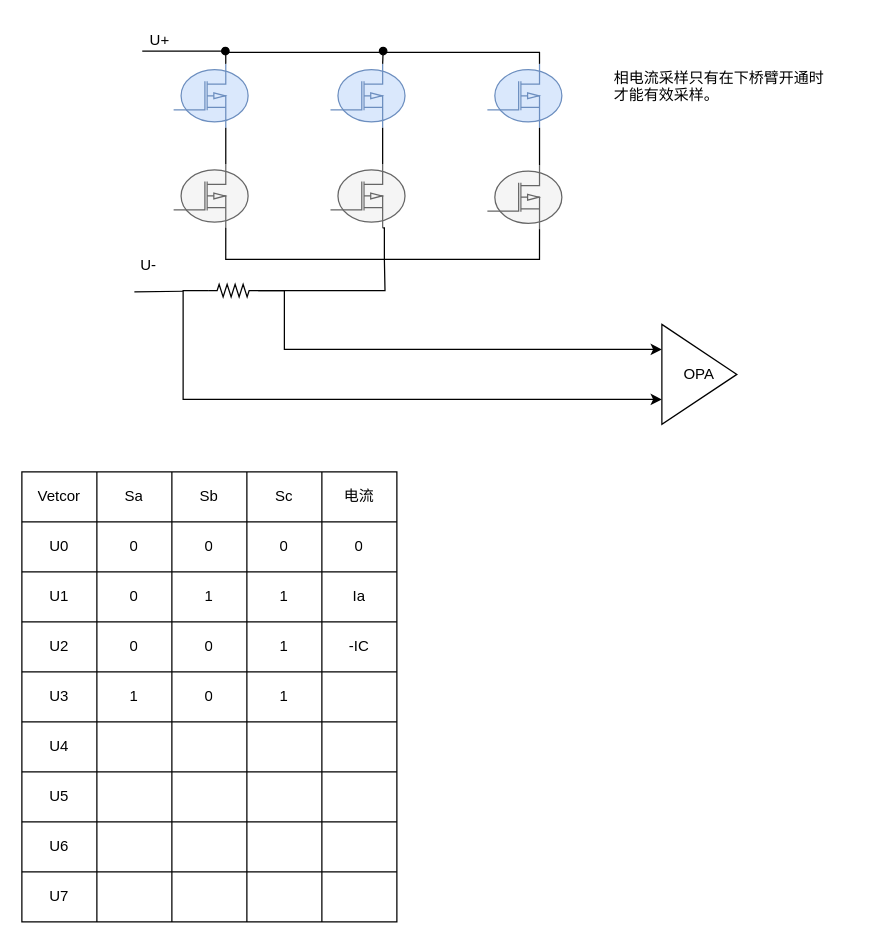
The draw.io diagram page "单电阻采样" (4 of 4) of 电机采样电路分析.drawio in Vinson-001/Blog-flow-chart, before the edit. Source tidied: cells renumbered, new cells numbered last; positions are measured from the earlier drawing's top-left corner, leaving out a move shared by most shapes. Both pictures are drawn from the tidied source at 125%, with x=0, y=0 at pixel (21, 21).
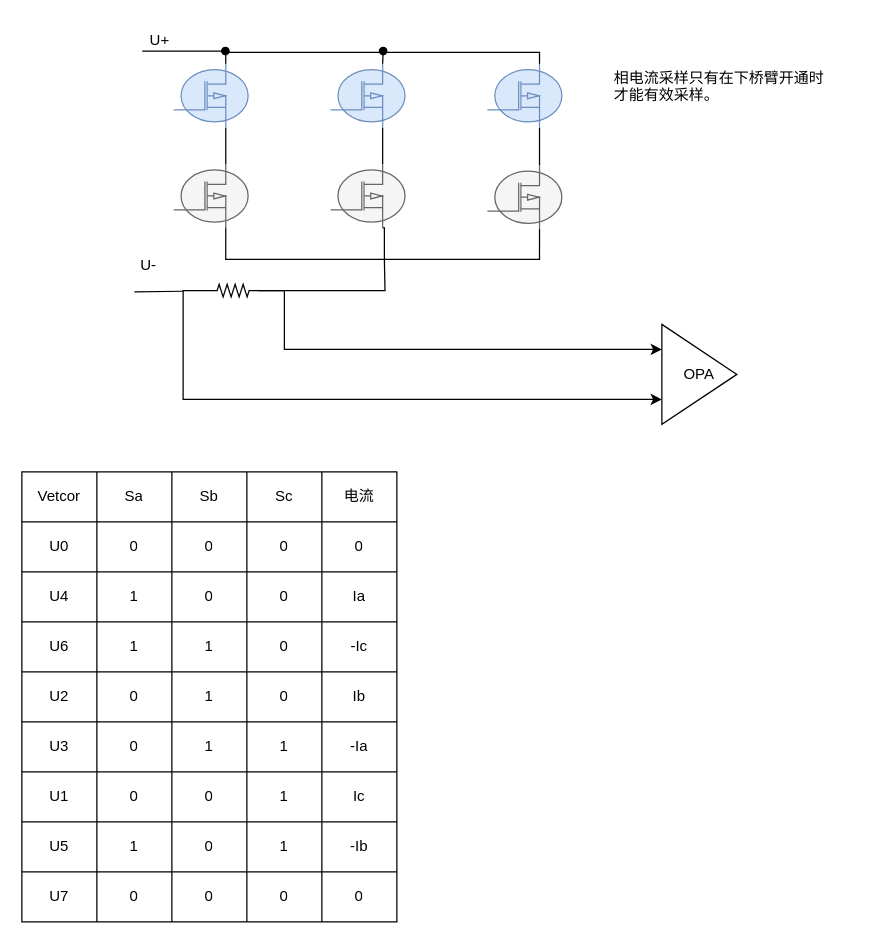
After the change.

Commit message (it also covers changes not shown here):
更新电机采样电路分析.drawio

The change refers to these unchanged cells:
```xml
<mxCell id="38" style="shape=tableRow;horizontal=0;startSize=0;swimlaneHead=0;swimlaneBody=0;strokeColor=inherit;top=0;left=0;bottom=0;right=0;fillColor=none;" parent="25" vertex="1">
  <mxGeometry y="80" width="300" height="40" as="geometry" />
</mxCell>
<mxCell id="44" style="shape=tableRow;horizontal=0;startSize=0;swimlaneHead=0;swimlaneBody=0;strokeColor=inherit;top=0;left=0;bottom=0;right=0;fillColor=none;" parent="25" vertex="1">
  <mxGeometry y="120" width="300" height="40" as="geometry" />
</mxCell>
<mxCell id="50" style="shape=tableRow;horizontal=0;startSize=0;swimlaneHead=0;swimlaneBody=0;strokeColor=inherit;top=0;left=0;bottom=0;right=0;fillColor=none;" parent="25" vertex="1">
  <mxGeometry y="160" width="300" height="40" as="geometry" />
</mxCell>
<mxCell id="56" style="shape=tableRow;horizontal=0;startSize=0;swimlaneHead=0;swimlaneBody=0;strokeColor=inherit;top=0;left=0;bottom=0;right=0;fillColor=none;" parent="25" vertex="1">
  <mxGeometry y="200" width="300" height="40" as="geometry" />
</mxCell>
<mxCell id="62" style="shape=tableRow;horizontal=0;startSize=0;swimlaneHead=0;swimlaneBody=0;strokeColor=inherit;top=0;left=0;bottom=0;right=0;fillColor=none;" parent="25" vertex="1">
  <mxGeometry y="240" width="300" height="40" as="geometry" />
</mxCell>
<mxCell id="68" style="shape=tableRow;horizontal=0;startSize=0;swimlaneHead=0;swimlaneBody=0;strokeColor=inherit;top=0;left=0;bottom=0;right=0;fillColor=none;" parent="25" vertex="1">
  <mxGeometry y="280" width="300" height="40" as="geometry" />
</mxCell>
<mxCell id="74" style="shape=tableRow;horizontal=0;startSize=0;swimlaneHead=0;swimlaneBody=0;strokeColor=inherit;top=0;left=0;bottom=0;right=0;fillColor=none;" parent="25" vertex="1">
  <mxGeometry y="320" width="300" height="40" as="geometry" />
</mxCell>
```

What changed in the source:
```diff
@@
-    <mxCell id="39" value="U1" style="shape=partialRectangle;html=1;whiteSpace=wrap;strokeColor=inherit;overflow=hidden;fillColor=none;top=0;left=0;bottom=0;right=0;" parent="38" vertex="1">
+    <mxCell id="39" value="U4" style="shape=partialRectangle;html=1;whiteSpace=wrap;strokeColor=inherit;overflow=hidden;fillColor=none;top=0;left=0;bottom=0;right=0;" parent="38" vertex="1">
       <mxGeometry width="60" height="40" as="geometry" />
     </mxCell>
-    <mxCell id="40" value="0" style="shape=partialRectangle;html=1;whiteSpace=wrap;strokeColor=inherit;overflow=hidden;fillColor=none;top=0;left=0;bottom=0;right=0;" parent="38" vertex="1">
+    <mxCell id="40" value="1" style="shape=partialRectangle;html=1;whiteSpace=wrap;strokeColor=inherit;overflow=hidden;fillColor=none;top=0;left=0;bottom=0;right=0;" parent="38" vertex="1">
       <mxGeometry x="60" width="60" height="40" as="geometry" />
     </mxCell>
-    <mxCell id="41" value="1" style="shape=partialRectangle;html=1;whiteSpace=wrap;strokeColor=inherit;overflow=hidden;fillColor=none;top=0;left=0;bottom=0;right=0;" parent="38" vertex="1">
+    <mxCell id="41" value="0" style="shape=partialRectangle;html=1;whiteSpace=wrap;strokeColor=inherit;overflow=hidden;fillColor=none;top=0;left=0;bottom=0;right=0;" parent="38" vertex="1">
       <mxGeometry x="120" width="60" height="40" as="geometry" />
     </mxCell>
-    <mxCell id="42" value="1" style="shape=partialRectangle;html=1;whiteSpace=wrap;strokeColor=inherit;overflow=hidden;fillColor=none;top=0;left=0;bottom=0;right=0;" parent="38" vertex="1">
+    <mxCell id="42" value="0" style="shape=partialRectangle;html=1;whiteSpace=wrap;strokeColor=inherit;overflow=hidden;fillColor=none;top=0;left=0;bottom=0;right=0;" parent="38" vertex="1">
       <mxGeometry x="180" width="60" height="40" as="geometry" />
     </mxCell>
@@
-    <mxCell id="45" value="U2" style="shape=partialRectangle;html=1;whiteSpace=wrap;strokeColor=inherit;overflow=hidden;fillColor=none;top=0;left=0;bottom=0;right=0;" parent="44" vertex="1">
+    <mxCell id="45" value="U6" style="shape=partialRectangle;html=1;whiteSpace=wrap;strokeColor=inherit;overflow=hidden;fillColor=none;top=0;left=0;bottom=0;right=0;" parent="44" vertex="1">
       <mxGeometry width="60" height="40" as="geometry" />
     </mxCell>
-    <mxCell id="46" value="0" style="shape=partialRectangle;html=1;whiteSpace=wrap;strokeColor=inherit;overflow=hidden;fillColor=none;top=0;left=0;bottom=0;right=0;" parent="44" vertex="1">
+    <mxCell id="46" value="1" style="shape=partialRectangle;html=1;whiteSpace=wrap;strokeColor=inherit;overflow=hidden;fillColor=none;top=0;left=0;bottom=0;right=0;" parent="44" vertex="1">
       <mxGeometry x="60" width="60" height="40" as="geometry" />
     </mxCell>
-    <mxCell id="47" value="0" style="shape=partialRectangle;html=1;whiteSpace=wrap;strokeColor=inherit;overflow=hidden;fillColor=none;top=0;left=0;bottom=0;right=0;" parent="44" vertex="1">
+    <mxCell id="47" value="1" style="shape=partialRectangle;html=1;whiteSpace=wrap;strokeColor=inherit;overflow=hidden;fillColor=none;top=0;left=0;bottom=0;right=0;" parent="44" vertex="1">
       <mxGeometry x="120" width="60" height="40" as="geometry" />
     </mxCell>
-    <mxCell id="48" value="1" style="shape=partialRectangle;html=1;whiteSpace=wrap;strokeColor=inherit;overflow=hidden;fillColor=none;top=0;left=0;bottom=0;right=0;" parent="44" vertex="1">
+    <mxCell id="48" value="0" style="shape=partialRectangle;html=1;whiteSpace=wrap;strokeColor=inherit;overflow=hidden;fillColor=none;top=0;left=0;bottom=0;right=0;" parent="44" vertex="1">
       <mxGeometry x="180" width="60" height="40" as="geometry" />
     </mxCell>
-    <mxCell id="49" value="-IC" style="shape=partialRectangle;html=1;whiteSpace=wrap;strokeColor=inherit;overflow=hidden;fillColor=none;top=0;left=0;bottom=0;right=0;" parent="44" vertex="1">
+    <mxCell id="49" value="-Ic" style="shape=partialRectangle;html=1;whiteSpace=wrap;strokeColor=inherit;overflow=hidden;fillColor=none;top=0;left=0;bottom=0;right=0;" parent="44" vertex="1">
       <mxGeometry x="240" width="60" height="40" as="geometry" />
     </mxCell>
@@
-    <mxCell id="51" value="U3" style="shape=partialRectangle;html=1;whiteSpace=wrap;strokeColor=inherit;overflow=hidden;fillColor=none;top=0;left=0;bottom=0;right=0;" parent="50" vertex="1">
+    <mxCell id="51" value="U2" style="shape=partialRectangle;html=1;whiteSpace=wrap;strokeColor=inherit;overflow=hidden;fillColor=none;top=0;left=0;bottom=0;right=0;" parent="50" vertex="1">
       <mxGeometry width="60" height="40" as="geometry" />
     </mxCell>
-    <mxCell id="52" value="1" style="shape=partialRectangle;html=1;whiteSpace=wrap;strokeColor=inherit;overflow=hidden;fillColor=none;top=0;left=0;bottom=0;right=0;" parent="50" vertex="1">
+    <mxCell id="52" value="0" style="shape=partialRectangle;html=1;whiteSpace=wrap;strokeColor=inherit;overflow=hidden;fillColor=none;top=0;left=0;bottom=0;right=0;" parent="50" vertex="1">
       <mxGeometry x="60" width="60" height="40" as="geometry" />
     </mxCell>
-    <mxCell id="53" value="0" style="shape=partialRectangle;html=1;whiteSpace=wrap;strokeColor=inherit;overflow=hidden;fillColor=none;top=0;left=0;bottom=0;right=0;" parent="50" vertex="1">
+    <mxCell id="53" value="1" style="shape=partialRectangle;html=1;whiteSpace=wrap;strokeColor=inherit;overflow=hidden;fillColor=none;top=0;left=0;bottom=0;right=0;" parent="50" vertex="1">
       <mxGeometry x="120" width="60" height="40" as="geometry" />
     </mxCell>
-    <mxCell id="54" value="1" style="shape=partialRectangle;html=1;whiteSpace=wrap;strokeColor=inherit;overflow=hidden;fillColor=none;top=0;left=0;bottom=0;right=0;" parent="50" vertex="1">
+    <mxCell id="54" value="0" style="shape=partialRectangle;html=1;whiteSpace=wrap;strokeColor=inherit;overflow=hidden;fillColor=none;top=0;left=0;bottom=0;right=0;" parent="50" vertex="1">
       <mxGeometry x="180" width="60" height="40" as="geometry" />
     </mxCell>
-    <mxCell id="55" style="shape=partialRectangle;html=1;whiteSpace=wrap;strokeColor=inherit;overflow=hidden;fillColor=none;top=0;left=0;bottom=0;right=0;" parent="50" vertex="1">
+    <mxCell id="55" value="Ib" style="shape=partialRectangle;html=1;whiteSpace=wrap;strokeColor=inherit;overflow=hidden;fillColor=none;top=0;left=0;bottom=0;right=0;" parent="50" vertex="1">
       <mxGeometry x="240" width="60" height="40" as="geometry" />
     </mxCell>
@@
-    <mxCell id="57" value="U4" style="shape=partialRectangle;html=1;whiteSpace=wrap;strokeColor=inherit;overflow=hidden;fillColor=none;top=0;left=0;bottom=0;right=0;" parent="56" vertex="1">
+    <mxCell id="57" value="U3" style="shape=partialRectangle;html=1;whiteSpace=wrap;strokeColor=inherit;overflow=hidden;fillColor=none;top=0;left=0;bottom=0;right=0;" parent="56" vertex="1">
       <mxGeometry width="60" height="40" as="geometry" />
     </mxCell>
-    <mxCell id="58" style="shape=partialRectangle;html=1;whiteSpace=wrap;strokeColor=inherit;overflow=hidden;fillColor=none;top=0;left=0;bottom=0;right=0;" parent="56" vertex="1">
+    <mxCell id="58" value="0" style="shape=partialRectangle;html=1;whiteSpace=wrap;strokeColor=inherit;overflow=hidden;fillColor=none;top=0;left=0;bottom=0;right=0;" parent="56" vertex="1">
       <mxGeometry x="60" width="60" height="40" as="geometry" />
     </mxCell>
-    <mxCell id="59" style="shape=partialRectangle;html=1;whiteSpace=wrap;strokeColor=inherit;overflow=hidden;fillColor=none;top=0;left=0;bottom=0;right=0;" parent="56" vertex="1">
+    <mxCell id="59" value="1" style="shape=partialRectangle;html=1;whiteSpace=wrap;strokeColor=inherit;overflow=hidden;fillColor=none;top=0;left=0;bottom=0;right=0;" parent="56" vertex="1">
       <mxGeometry x="120" width="60" height="40" as="geometry" />
     </mxCell>
-    <mxCell id="60" style="shape=partialRectangle;html=1;whiteSpace=wrap;strokeColor=inherit;overflow=hidden;fillColor=none;top=0;left=0;bottom=0;right=0;" parent="56" vertex="1">
+    <mxCell id="60" value="1" style="shape=partialRectangle;html=1;whiteSpace=wrap;strokeColor=inherit;overflow=hidden;fillColor=none;top=0;left=0;bottom=0;right=0;" parent="56" vertex="1">
       <mxGeometry x="180" width="60" height="40" as="geometry" />
     </mxCell>
-    <mxCell id="61" style="shape=partialRectangle;html=1;whiteSpace=wrap;strokeColor=inherit;overflow=hidden;fillColor=none;top=0;left=0;bottom=0;right=0;" parent="56" vertex="1">
+    <mxCell id="61" value="-Ia" style="shape=partialRectangle;html=1;whiteSpace=wrap;strokeColor=inherit;overflow=hidden;fillColor=none;top=0;left=0;bottom=0;right=0;" parent="56" vertex="1">
       <mxGeometry x="240" width="60" height="40" as="geometry" />
     </mxCell>
@@
-    <mxCell id="63" value="U5" style="shape=partialRectangle;html=1;whiteSpace=wrap;strokeColor=inherit;overflow=hidden;fillColor=none;top=0;left=0;bottom=0;right=0;" parent="62" vertex="1">
+    <mxCell id="63" value="U1" style="shape=partialRectangle;html=1;whiteSpace=wrap;strokeColor=inherit;overflow=hidden;fillColor=none;top=0;left=0;bottom=0;right=0;" parent="62" vertex="1">
       <mxGeometry width="60" height="40" as="geometry" />
     </mxCell>
-    <mxCell id="64" style="shape=partialRectangle;html=1;whiteSpace=wrap;strokeColor=inherit;overflow=hidden;fillColor=none;top=0;left=0;bottom=0;right=0;" parent="62" vertex="1">
+    <mxCell id="64" value="0" style="shape=partialRectangle;html=1;whiteSpace=wrap;strokeColor=inherit;overflow=hidden;fillColor=none;top=0;left=0;bottom=0;right=0;" parent="62" vertex="1">
       <mxGeometry x="60" width="60" height="40" as="geometry" />
     </mxCell>
-    <mxCell id="65" style="shape=partialRectangle;html=1;whiteSpace=wrap;strokeColor=inherit;overflow=hidden;fillColor=none;top=0;left=0;bottom=0;right=0;" parent="62" vertex="1">
+    <mxCell id="65" value="0" style="shape=partialRectangle;html=1;whiteSpace=wrap;strokeColor=inherit;overflow=hidden;fillColor=none;top=0;left=0;bottom=0;right=0;" parent="62" vertex="1">
       <mxGeometry x="120" width="60" height="40" as="geometry" />
     </mxCell>
-    <mxCell id="66" style="shape=partialRectangle;html=1;whiteSpace=wrap;strokeColor=inherit;overflow=hidden;fillColor=none;top=0;left=0;bottom=0;right=0;" parent="62" vertex="1">
+    <mxCell id="66" value="1" style="shape=partialRectangle;html=1;whiteSpace=wrap;strokeColor=inherit;overflow=hidden;fillColor=none;top=0;left=0;bottom=0;right=0;" parent="62" vertex="1">
       <mxGeometry x="180" width="60" height="40" as="geometry" />
     </mxCell>
-    <mxCell id="67" style="shape=partialRectangle;html=1;whiteSpace=wrap;strokeColor=inherit;overflow=hidden;fillColor=none;top=0;left=0;bottom=0;right=0;" parent="62" vertex="1">
+    <mxCell id="67" value="Ic" style="shape=partialRectangle;html=1;whiteSpace=wrap;strokeColor=inherit;overflow=hidden;fillColor=none;top=0;left=0;bottom=0;right=0;" parent="62" vertex="1">
       <mxGeometry x="240" width="60" height="40" as="geometry" />
     </mxCell>
@@
-    <mxCell id="69" value="U6" style="shape=partialRectangle;html=1;whiteSpace=wrap;strokeColor=inherit;overflow=hidden;fillColor=none;top=0;left=0;bottom=0;right=0;" parent="68" vertex="1">
+    <mxCell id="69" value="U5" style="shape=partialRectangle;html=1;whiteSpace=wrap;strokeColor=inherit;overflow=hidden;fillColor=none;top=0;left=0;bottom=0;right=0;" parent="68" vertex="1">
       <mxGeometry width="60" height="40" as="geometry" />
     </mxCell>
-    <mxCell id="70" style="shape=partialRectangle;html=1;whiteSpace=wrap;strokeColor=inherit;overflow=hidden;fillColor=none;top=0;left=0;bottom=0;right=0;" parent="68" vertex="1">
+    <mxCell id="70" value="1" style="shape=partialRectangle;html=1;whiteSpace=wrap;strokeColor=inherit;overflow=hidden;fillColor=none;top=0;left=0;bottom=0;right=0;" parent="68" vertex="1">
       <mxGeometry x="60" width="60" height="40" as="geometry" />
     </mxCell>
-    <mxCell id="71" style="shape=partialRectangle;html=1;whiteSpace=wrap;strokeColor=inherit;overflow=hidden;fillColor=none;top=0;left=0;bottom=0;right=0;" parent="68" vertex="1">
+    <mxCell id="71" value="0" style="shape=partialRectangle;html=1;whiteSpace=wrap;strokeColor=inherit;overflow=hidden;fillColor=none;top=0;left=0;bottom=0;right=0;" parent="68" vertex="1">
       <mxGeometry x="120" width="60" height="40" as="geometry" />
     </mxCell>
-    <mxCell id="72" style="shape=partialRectangle;html=1;whiteSpace=wrap;strokeColor=inherit;overflow=hidden;fillColor=none;top=0;left=0;bottom=0;right=0;" parent="68" vertex="1">
+    <mxCell id="72" value="1" style="shape=partialRectangle;html=1;whiteSpace=wrap;strokeColor=inherit;overflow=hidden;fillColor=none;top=0;left=0;bottom=0;right=0;" parent="68" vertex="1">
       <mxGeometry x="180" width="60" height="40" as="geometry" />
     </mxCell>
-    <mxCell id="73" style="shape=partialRectangle;html=1;whiteSpace=wrap;strokeColor=inherit;overflow=hidden;fillColor=none;top=0;left=0;bottom=0;right=0;" parent="68" vertex="1">
+    <mxCell id="73" value="-Ib" style="shape=partialRectangle;html=1;whiteSpace=wrap;strokeColor=inherit;overflow=hidden;fillColor=none;top=0;left=0;bottom=0;right=0;" parent="68" vertex="1">
       <mxGeometry x="240" width="60" height="40" as="geometry" />
     </mxCell>
@@
-    <mxCell id="76" style="shape=partialRectangle;html=1;whiteSpace=wrap;strokeColor=inherit;overflow=hidden;fillColor=none;top=0;left=0;bottom=0;right=0;" parent="74" vertex="1">
+    <mxCell id="76" value="0" style="shape=partialRectangle;html=1;whiteSpace=wrap;strokeColor=inherit;overflow=hidden;fillColor=none;top=0;left=0;bottom=0;right=0;" parent="74" vertex="1">
       <mxGeometry x="60" width="60" height="40" as="geometry" />
     </mxCell>
-    <mxCell id="77" style="shape=partialRectangle;html=1;whiteSpace=wrap;strokeColor=inherit;overflow=hidden;fillColor=none;top=0;left=0;bottom=0;right=0;" parent="74" vertex="1">
+    <mxCell id="77" value="0" style="shape=partialRectangle;html=1;whiteSpace=wrap;strokeColor=inherit;overflow=hidden;fillColor=none;top=0;left=0;bottom=0;right=0;" parent="74" vertex="1">
       <mxGeometry x="120" width="60" height="40" as="geometry" />
     </mxCell>
-    <mxCell id="78" style="shape=partialRectangle;html=1;whiteSpace=wrap;strokeColor=inherit;overflow=hidden;fillColor=none;top=0;left=0;bottom=0;right=0;" parent="74" vertex="1">
+    <mxCell id="78" value="0" style="shape=partialRectangle;html=1;whiteSpace=wrap;strokeColor=inherit;overflow=hidden;fillColor=none;top=0;left=0;bottom=0;right=0;" parent="74" vertex="1">
       <mxGeometry x="180" width="60" height="40" as="geometry" />
     </mxCell>
-    <mxCell id="79" style="shape=partialRectangle;html=1;whiteSpace=wrap;strokeColor=inherit;overflow=hidden;fillColor=none;top=0;left=0;bottom=0;right=0;" parent="74" vertex="1">
+    <mxCell id="79" value="0" style="shape=partialRectangle;html=1;whiteSpace=wrap;strokeColor=inherit;overflow=hidden;fillColor=none;top=0;left=0;bottom=0;right=0;" parent="74" vertex="1">
       <mxGeometry x="240" width="60" height="40" as="geometry" />
     </mxCell>
```
